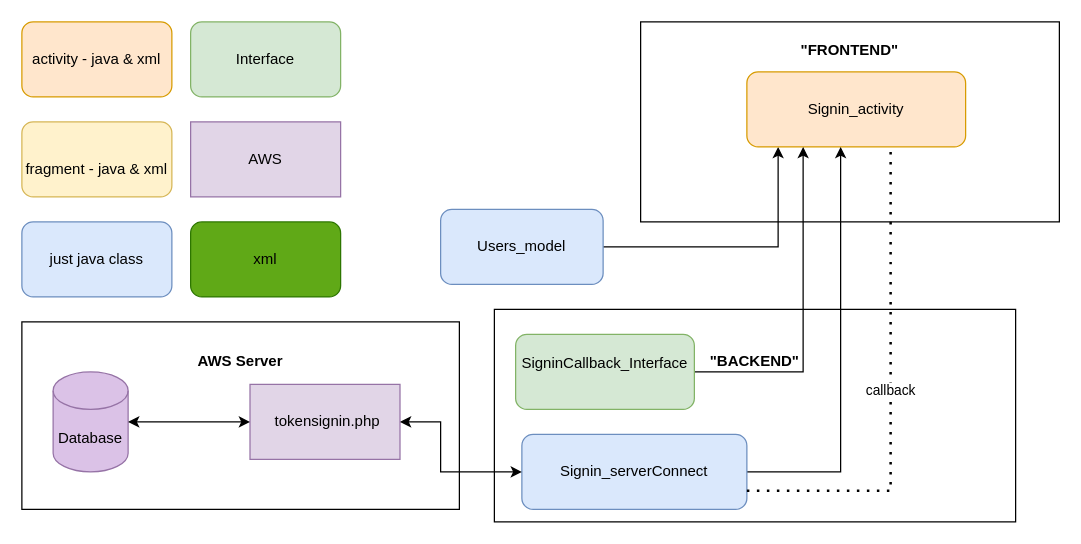
Earlier version of the draw.io diagram page "Signin" (1 of 10) of Untitled Diagram.drawio (BenBladow/rw_android_uml). Source tidied: cells renumbered, new cells numbered last; positions are measured from the earlier drawing's top-left corner, leaving out a move shared by most shapes. Both pictures are drawn from the tidied source at 125%, with x=0, y=0 at pixel (21, 21).
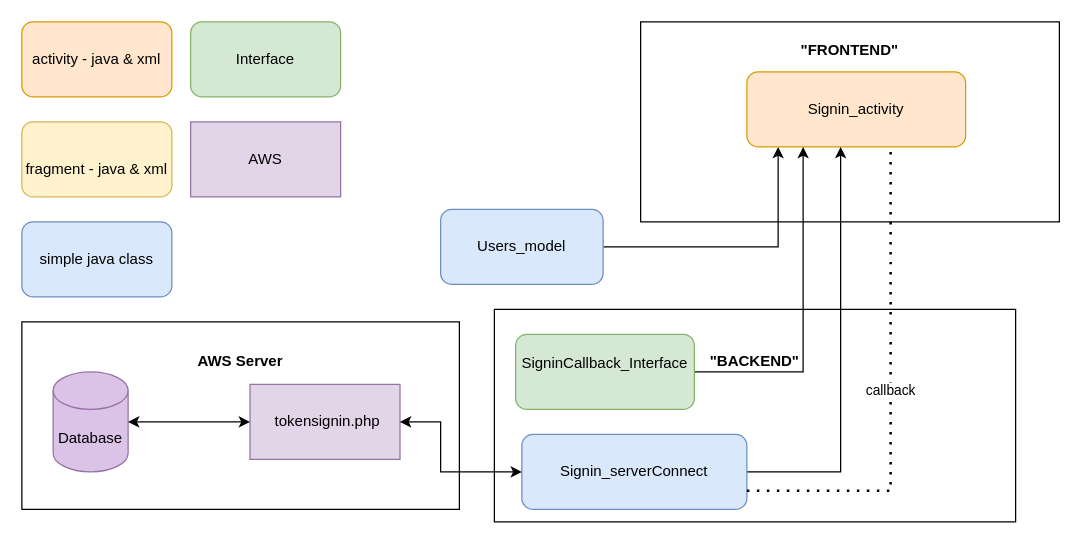
The same diagram, later.

What changed in the source:
```diff
@@
-    <mxCell id="15" value="just java class" style="rounded=1;whiteSpace=wrap;html=1;fillColor=#dae8fc;strokeColor=#6c8ebf;" parent="1" vertex="1">
+    <mxCell id="15" value="simple java class" style="rounded=1;whiteSpace=wrap;html=1;fillColor=#dae8fc;strokeColor=#6c8ebf;" parent="1" vertex="1">
       <mxGeometry y="160" width="120" height="60" as="geometry" />
     </mxCell>
@@
-    <mxCell id="19" value="&lt;font color=&quot;#000000&quot;&gt;xml&lt;/font&gt;" style="rounded=1;whiteSpace=wrap;html=1;fillColor=#60a917;strokeColor=#2D7600;fontColor=#ffffff;" parent="1" vertex="1">
-      <mxGeometry x="135" y="160" width="120" height="60" as="geometry" />
-    </mxCell>
```
